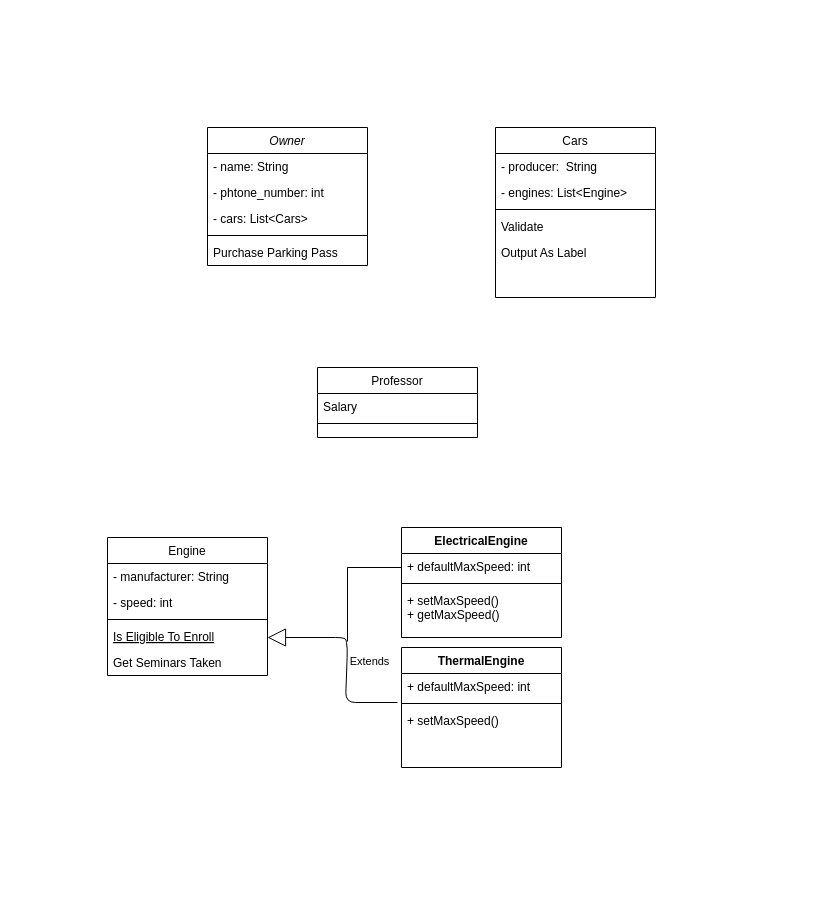
BegSimonIner/BegSimonIner keeps this draw.io diagram as Untitled Diagram.drawio. Above is the earlier version. Source tidied: cells renumbered, new cells numbered last; positions are measured from the earlier drawing's top-left corner, leaving out a move shared by most shapes. Both pictures are drawn from the tidied source at 100%, with x=0, y=0 at pixel (107, 127).
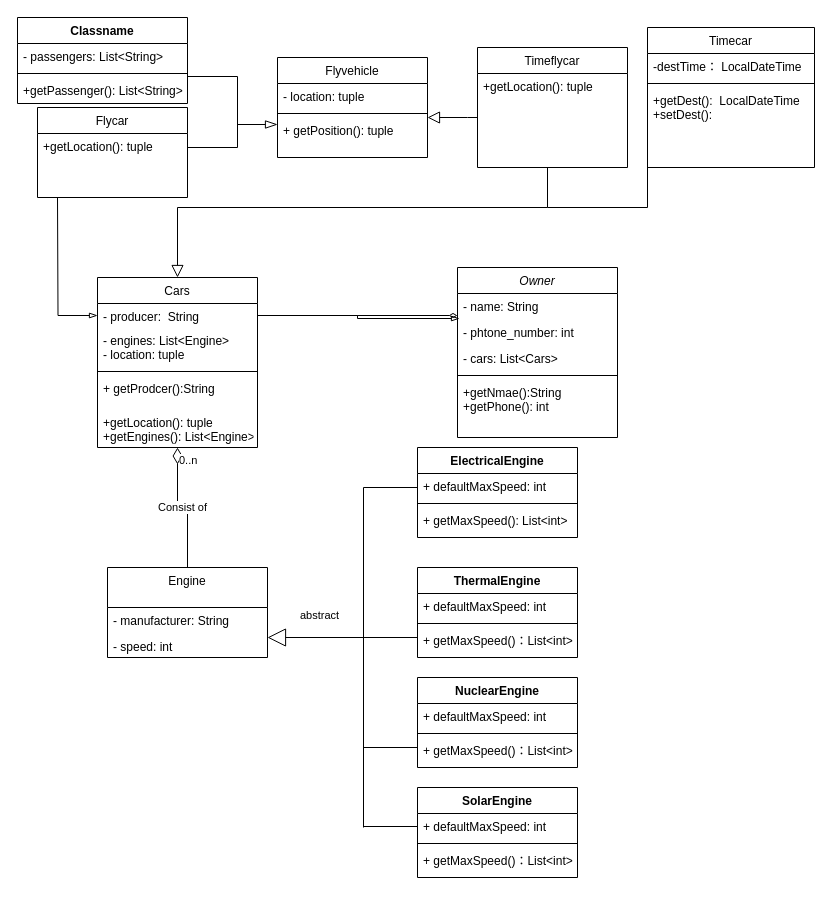
Above is the later version.

Change to the diagram source:
```diff
@@
     <mxCell id="2" value="Owner" style="swimlane;fontStyle=2;align=center;verticalAlign=top;horizontal=1;startSize=26;rounded=0;shadow=0;strokeWidth=1;" parent="1" vertex="1">
-      <mxGeometry x="100" width="160" height="138" as="geometry" />
+      <mxGeometry x="350" y="140" width="160" height="170" as="geometry" />
     </mxCell>
-    <mxCell id="3" value="- name: String" style="text;align=left;verticalAlign=top;spacingLeft=4;spacingRight=4;overflow=hidden;points=[[0,0.5],[1,0.5]];portConstraint=eastwest;" parent="2" vertex="1">
+    <mxCell id="3" value="- name: String" style="text;align=left;verticalAlign=top;spacingLeft=4;spacingRight=4;overflow=hidden;points=[[0,0.5],[1,0.5]];portConstraint=eastwest;perimeterSpacing=3;" parent="2" vertex="1">
       <mxGeometry y="26" width="160" height="26" as="geometry" />
     </mxCell>
@@
-    <mxCell id="7" value="Purchase Parking Pass" style="text;align=left;verticalAlign=top;spacingLeft=4;spacingRight=4;overflow=hidden;" parent="2" vertex="1">
-      <mxGeometry y="112" width="160" height="26" as="geometry" />
+    <mxCell id="7" value="+getNmae():String&#10;+getPhone(): int" style="text;align=left;verticalAlign=top;spacingLeft=4;spacingRight=4;overflow=hidden;" parent="2" vertex="1">
+      <mxGeometry y="112" width="160" height="38" as="geometry" />
     </mxCell>
-    <mxCell id="8" value="Engine" style="swimlane;fontStyle=0;align=center;verticalAlign=top;horizontal=1;startSize=26;rounded=0;shadow=0;strokeWidth=1;" parent="1" vertex="1">
-      <mxGeometry y="410" width="160" height="138" as="geometry" />
+    <mxCell id="8" value="Engine" style="swimlane;fontStyle=0;align=center;verticalAlign=top;horizontal=1;startSize=40;rounded=0;shadow=0;strokeWidth=1;" parent="1" vertex="1">
+      <mxGeometry y="440" width="160" height="90" as="geometry" />
     </mxCell>
     <mxCell id="9" value="- manufacturer: String" style="text;align=left;verticalAlign=top;spacingLeft=4;spacingRight=4;overflow=hidden;" parent="8" vertex="1">
-      <mxGeometry y="26" width="160" height="26" as="geometry" />
+      <mxGeometry y="40" width="160" height="26" as="geometry" />
     </mxCell>
     <mxCell id="10" value="- speed: int" style="text;align=left;verticalAlign=top;spacingLeft=4;spacingRight=4;overflow=hidden;rounded=0;shadow=0;html=0;" parent="8" vertex="1">
-      <mxGeometry y="52" width="160" height="26" as="geometry" />
+      <mxGeometry y="66" width="160" height="24" as="geometry" />
     </mxCell>
-    <mxCell id="11" style="line;html=1;strokeWidth=1;align=left;verticalAlign=middle;spacingTop=-1;spacingLeft=3;spacingRight=3;labelPosition=right;" parent="8" vertex="1">
-      <mxGeometry y="78" width="160" height="8" as="geometry" />
-    </mxCell>
-    <mxCell id="12" value="Is Eligible To Enroll" style="text;align=left;verticalAlign=top;spacingLeft=4;spacingRight=4;overflow=hidden;fontStyle=4;" parent="8" vertex="1">
-      <mxGeometry y="86" width="160" height="26" as="geometry" />
-    </mxCell>
-    <mxCell id="13" value="Get Seminars Taken" style="text;align=left;verticalAlign=top;spacingLeft=4;spacingRight=4;overflow=hidden;" parent="8" vertex="1">
-      <mxGeometry y="112" width="160" height="26" as="geometry" />
-    </mxCell>
-    <mxCell id="14" value="Professor" style="swimlane;fontStyle=0;align=center;verticalAlign=top;horizontal=1;startSize=26;rounded=0;shadow=0;strokeWidth=1;" parent="1" vertex="1">
-      <mxGeometry x="210" y="240" width="160" height="70" as="geometry" />
-    </mxCell>
-    <mxCell id="15" value="Salary" style="text;align=left;verticalAlign=top;spacingLeft=4;spacingRight=4;overflow=hidden;" parent="14" vertex="1">
-      <mxGeometry y="26" width="160" height="26" as="geometry" />
-    </mxCell>
-    <mxCell id="16" style="line;html=1;strokeWidth=1;align=left;verticalAlign=middle;spacingTop=-1;spacingLeft=3;spacingRight=3;labelPosition=right;" parent="14" vertex="1">
-      <mxGeometry y="52" width="160" height="8" as="geometry" />
-    </mxCell>
+    <mxCell id="34" style="edgeStyle=orthogonalEdgeStyle;rounded=0;jettySize=auto;html=1;exitX=0.5;exitY=1;exitDx=0;exitDy=0;entryX=0.5;entryY=0;entryDx=0;entryDy=0;endArrow=block;endFill=0;endSize=10;strokeWidth=1;" parent="1" edge="1" source="53" target="17">
+      <mxGeometry relative="1" as="geometry">
+        <Array as="points">
+          <mxPoint x="440" y="40" />
+          <mxPoint x="440" y="80" />
+          <mxPoint x="70" y="80" />
+        </Array>
+      </mxGeometry>
+    </mxCell>
     <mxCell id="17" value="Cars" style="swimlane;fontStyle=0;align=center;verticalAlign=top;horizontal=1;startSize=26;rounded=0;shadow=0;strokeWidth=1;" parent="1" vertex="1">
-      <mxGeometry x="388" width="160" height="170" as="geometry" />
+      <mxGeometry x="-10" y="150" width="160" height="170" as="geometry" />
     </mxCell>
     <mxCell id="18" value="- producer:  String" style="text;align=left;verticalAlign=top;spacingLeft=4;spacingRight=4;overflow=hidden;points=[[0,0.5],[1,0.5]];portConstraint=eastwest;" parent="17" vertex="1">
-      <mxGeometry y="26" width="160" height="26" as="geometry" />
+      <mxGeometry y="26" width="160" height="24" as="geometry" />
     </mxCell>
-    <mxCell id="19" value="- engines: List&lt;Engine&gt;" style="text;align=left;verticalAlign=top;spacingLeft=4;spacingRight=4;overflow=hidden;rounded=0;shadow=0;html=0;" parent="17" vertex="1">
-      <mxGeometry y="52" width="160" height="26" as="geometry" />
+    <mxCell id="19" value="- engines: List&lt;Engine&gt;&#10;- location: tuple" style="text;align=left;verticalAlign=top;spacingLeft=4;spacingRight=4;overflow=hidden;rounded=0;shadow=0;html=0;" parent="17" vertex="1">
+      <mxGeometry y="50" width="160" height="40" as="geometry" />
     </mxCell>
     <mxCell id="20" style="line;html=1;strokeWidth=1;align=left;verticalAlign=middle;spacingTop=-1;spacingLeft=3;spacingRight=3;labelPosition=right;" parent="17" vertex="1">
-      <mxGeometry y="78" width="160" height="8" as="geometry" />
+      <mxGeometry y="90" width="160" height="8" as="geometry" />
     </mxCell>
-    <mxCell id="21" value="Validate" style="text;align=left;verticalAlign=top;spacingLeft=4;spacingRight=4;overflow=hidden;" parent="17" vertex="1">
-      <mxGeometry y="86" width="160" height="26" as="geometry" />
+    <mxCell id="21" value="+ getProdcer():String" style="text;align=left;verticalAlign=top;spacingLeft=4;spacingRight=4;overflow=hidden;" parent="17" vertex="1">
+      <mxGeometry y="98" width="160" height="34" as="geometry" />
     </mxCell>
-    <mxCell id="22" value="Output As Label" style="text;align=left;verticalAlign=top;spacingLeft=4;spacingRight=4;overflow=hidden;" parent="17" vertex="1">
-      <mxGeometry y="112" width="160" height="26" as="geometry" />
+    <mxCell id="22" value="+getLocation(): tuple&#10;+getEngines(): List&lt;Engine&gt;" style="text;align=left;verticalAlign=top;spacingLeft=4;spacingRight=4;overflow=hidden;" parent="17" vertex="1">
+      <mxGeometry y="132" width="160" height="38" as="geometry" />
     </mxCell>
+    <mxCell id="35" style="edgeStyle=orthogonalEdgeStyle;rounded=0;jettySize=auto;html=1;exitX=1;exitY=0.5;exitDx=0;exitDy=0;endArrow=diamondThin;endFill=0;strokeColor=#000000;entryX=1;entryY=0.5;entryDx=0;entryDy=0;" parent="17" edge="1" source="18">
+      <mxGeometry relative="1" as="geometry">
+        <mxPoint x="360" y="38" as="targetPoint" />
+      </mxGeometry>
+    </mxCell>
     <mxCell id="23" value="ThermalEngine" style="swimlane;fontStyle=1;align=center;verticalAlign=top;horizontal=1;startSize=26;" parent="1" vertex="1">
-      <mxGeometry x="294" y="520" width="160" height="120" as="geometry" />
+      <mxGeometry x="310" y="440" width="160" height="90" as="geometry" />
     </mxCell>
@@
-    <mxCell id="26" value="+ setMaxSpeed()" style="text;strokeColor=none;fillColor=none;align=left;verticalAlign=top;spacingLeft=4;spacingRight=4;overflow=hidden;points=[[0,0.5],[1,0.5]];portConstraint=eastwest;" parent="23" vertex="1">
-      <mxGeometry y="60" width="160" height="60" as="geometry" />
+    <mxCell id="26" value="+ getMaxSpeed()：List&lt;int&gt;" style="text;strokeColor=none;fillColor=none;align=left;verticalAlign=top;spacingLeft=4;spacingRight=4;overflow=hidden;points=[[0,0.5],[1,0.5]];portConstraint=eastwest;" parent="23" vertex="1">
+      <mxGeometry y="60" width="160" height="30" as="geometry" />
     </mxCell>
     <mxCell id="27" value="ElectricalEngine" style="swimlane;fontStyle=1;align=center;verticalAlign=top;horizontal=1;startSize=26;" parent="1" vertex="1">
-      <mxGeometry x="294" y="400" width="160" height="110" as="geometry" />
+      <mxGeometry x="310" y="320" width="160" height="90" as="geometry" />
     </mxCell>
@@
-    <mxCell id="30" value="+ setMaxSpeed()&#10;+ getMaxSpeed()" style="text;strokeColor=none;fillColor=none;align=left;verticalAlign=top;spacingLeft=4;spacingRight=4;overflow=hidden;" parent="27" vertex="1">
-      <mxGeometry y="60" width="160" height="50" as="geometry" />
+    <mxCell id="30" value="+ getMaxSpeed(): List&lt;int&gt;" style="text;strokeColor=none;fillColor=none;align=left;verticalAlign=top;spacingLeft=4;spacingRight=4;overflow=hidden;" parent="27" vertex="1">
+      <mxGeometry y="60" width="160" height="30" as="geometry" />
     </mxCell>
-    <mxCell id="31" value="Extends" style="endArrow=block;endSize=16;endFill=0;html=1;" parent="1" edge="1">
+    <mxCell id="31" value="abstract" style="endArrow=block;endSize=16;endFill=0;html=1;" parent="1" edge="1">
       <mxGeometry x="-0.04" y="-22" relative="1" as="geometry">
-        <mxPoint x="290" y="575" as="sourcePoint" />
+        <mxPoint x="260" y="510" as="sourcePoint" />
         <mxPoint x="160" y="510" as="targetPoint" />
-        <Array as="points">
-          <mxPoint x="238" y="575" />
-          <mxPoint x="240" y="520" />
-          <mxPoint x="238" y="510" />
-        </Array>
       </mxGeometry>
     </mxCell>
     <mxCell id="32" style="endArrow=none;html=1;" parent="1" edge="1">
       <mxGeometry relative="1" as="geometry">
-        <mxPoint x="240" y="440" as="sourcePoint" />
-        <mxPoint x="294" y="440" as="targetPoint" />
+        <mxPoint x="256" y="360" as="sourcePoint" />
+        <mxPoint x="310" y="360" as="targetPoint" />
       </mxGeometry>
     </mxCell>
     <mxCell id="33" style="endArrow=none;html=1;" parent="1" edge="1">
       <mxGeometry relative="1" as="geometry">
-        <mxPoint x="240" y="514" as="sourcePoint" />
-        <mxPoint x="240" y="440" as="targetPoint" />
+        <mxPoint x="256" y="700" as="sourcePoint" />
+        <mxPoint x="256" y="360" as="targetPoint" />
       </mxGeometry>
     </mxCell>
+    <mxCell id="36" style="edgeStyle=orthogonalEdgeStyle;rounded=0;jettySize=auto;html=1;exitX=0;exitY=0.5;exitDx=0;exitDy=0;endArrow=none;endFill=0;" parent="1" edge="1" source="26">
+      <mxGeometry relative="1" as="geometry">
+        <mxPoint x="256" y="525" as="targetPoint" />
+        <Array as="points">
+          <mxPoint x="310" y="510" />
+          <mxPoint x="256" y="510" />
+        </Array>
+      </mxGeometry>
+    </mxCell>
+    <mxCell id="37" value="NuclearEngine" style="swimlane;fontStyle=1;align=center;verticalAlign=top;horizontal=1;startSize=26;" parent="1" vertex="1">
+      <mxGeometry x="310" y="550" width="160" height="90" as="geometry" />
+    </mxCell>
+    <mxCell id="38" value="+ defaultMaxSpeed: int" style="text;strokeColor=none;fillColor=none;align=left;verticalAlign=top;spacingLeft=4;spacingRight=4;overflow=hidden;" parent="37" vertex="1">
+      <mxGeometry y="26" width="160" height="26" as="geometry" />
+    </mxCell>
+    <mxCell id="39" style="line;strokeWidth=1;fillColor=none;align=left;verticalAlign=middle;spacingTop=-1;spacingLeft=3;spacingRight=3;labelPosition=right;" parent="37" vertex="1">
+      <mxGeometry y="52" width="160" height="8" as="geometry" />
+    </mxCell>
+    <mxCell id="40" value="+ getMaxSpeed()：List&lt;int&gt;" style="text;strokeColor=none;fillColor=none;align=left;verticalAlign=top;spacingLeft=4;spacingRight=4;overflow=hidden;points=[[0,0.5],[1,0.5]];portConstraint=eastwest;" parent="37" vertex="1">
+      <mxGeometry y="60" width="160" height="30" as="geometry" />
+    </mxCell>
+    <mxCell id="41" style="edgeStyle=orthogonalEdgeStyle;rounded=0;jettySize=auto;html=1;exitX=0;exitY=0.5;exitDx=0;exitDy=0;endArrow=none;endFill=0;" parent="1" edge="1" source="40">
+      <mxGeometry relative="1" as="geometry">
+        <mxPoint x="256" y="675" as="targetPoint" />
+        <Array as="points">
+          <mxPoint x="310" y="620" />
+          <mxPoint x="256" y="620" />
+        </Array>
+      </mxGeometry>
+    </mxCell>
+    <mxCell id="42" value="SolarEngine" style="swimlane;fontStyle=1;align=center;verticalAlign=top;horizontal=1;startSize=26;" parent="1" vertex="1">
+      <mxGeometry x="310" y="660" width="160" height="90" as="geometry" />
+    </mxCell>
+    <mxCell id="43" value="+ defaultMaxSpeed: int" style="text;strokeColor=none;fillColor=none;align=left;verticalAlign=top;spacingLeft=4;spacingRight=4;overflow=hidden;points=[[0,0.5],[1,0.5]];portConstraint=eastwest;" parent="42" vertex="1">
+      <mxGeometry y="26" width="160" height="26" as="geometry" />
+    </mxCell>
+    <mxCell id="44" style="line;strokeWidth=1;fillColor=none;align=left;verticalAlign=middle;spacingTop=-1;spacingLeft=3;spacingRight=3;labelPosition=right;" parent="42" vertex="1">
+      <mxGeometry y="52" width="160" height="8" as="geometry" />
+    </mxCell>
+    <mxCell id="45" value="+ getMaxSpeed()：List&lt;int&gt;" style="text;strokeColor=none;fillColor=none;align=left;verticalAlign=top;spacingLeft=4;spacingRight=4;overflow=hidden;" parent="42" vertex="1">
+      <mxGeometry y="60" width="160" height="30" as="geometry" />
+    </mxCell>
+    <mxCell id="46" style="edgeStyle=orthogonalEdgeStyle;rounded=0;jettySize=auto;html=1;exitX=0;exitY=0.5;exitDx=0;exitDy=0;endArrow=none;endFill=0;" parent="1" edge="1" source="43">
+      <mxGeometry relative="1" as="geometry">
+        <mxPoint x="256" y="699" as="targetPoint" />
+      </mxGeometry>
+    </mxCell>
+    <mxCell id="47" value="Consist of" style="endArrow=none;html=1;endSize=12;startArrow=diamondThin;startSize=14;startFill=0;edgeStyle=orthogonalEdgeStyle;rounded=0;endFill=0;exitX=0.5;exitY=1;exitDx=0;exitDy=0;entryX=0.5;entryY=0;entryDx=0;entryDy=0;" parent="1" edge="1" source="17" target="8">
+      <mxGeometry relative="1" as="geometry" />
+    </mxCell>
+    <mxCell id="48" value="0..n" style="edgeLabel;html=1;align=left;verticalAlign=top;" parent="47" vertex="1">
+      <mxGeometry x="-1" relative="1" as="geometry" />
+    </mxCell>
+    <mxCell id="49" value="Flyvehicle" style="swimlane;fontStyle=0;align=center;verticalAlign=top;horizontal=1;startSize=26;rounded=0;shadow=0;strokeWidth=1;" parent="1" vertex="1">
+      <mxGeometry x="170" y="-70" width="150" height="100" as="geometry" />
+    </mxCell>
+    <mxCell id="50" value="- location: tuple" style="text;align=left;verticalAlign=top;spacingLeft=4;spacingRight=4;overflow=hidden;" parent="49" vertex="1">
+      <mxGeometry y="26" width="150" height="26" as="geometry" />
+    </mxCell>
+    <mxCell id="51" style="line;html=1;strokeWidth=1;align=left;verticalAlign=middle;spacingTop=-1;spacingLeft=3;spacingRight=3;labelPosition=right;" parent="49" vertex="1">
+      <mxGeometry y="52" width="150" height="8" as="geometry" />
+    </mxCell>
+    <mxCell id="52" value="+ getPosition(): tuple" style="text;align=left;verticalAlign=top;spacingLeft=4;spacingRight=4;overflow=hidden;points=[[0,0.5],[1,0.5]];portConstraint=eastwest;" parent="49" vertex="1">
+      <mxGeometry y="60" width="150" height="26" as="geometry" />
+    </mxCell>
+    <mxCell id="53" value="Timeflycar" style="swimlane;fontStyle=0;align=center;verticalAlign=top;horizontal=1;startSize=26;rounded=0;shadow=0;strokeWidth=1;" parent="1" vertex="1">
+      <mxGeometry x="370" y="-80" width="150" height="120" as="geometry" />
+    </mxCell>
+    <mxCell id="54" value="+getLocation(): tuple" style="text;align=left;verticalAlign=top;spacingLeft=4;spacingRight=4;overflow=hidden;" parent="53" vertex="1">
+      <mxGeometry y="26" width="150" height="26" as="geometry" />
+    </mxCell>
+    <mxCell id="55" style="edgeStyle=orthogonalEdgeStyle;rounded=0;jettySize=auto;html=1;endArrow=block;endFill=0;endSize=10;strokeWidth=1;" parent="1" edge="1" target="52">
+      <mxGeometry relative="1" as="geometry">
+        <mxPoint x="370" y="-10" as="sourcePoint" />
+        <Array as="points">
+          <mxPoint x="360" y="-10" />
+          <mxPoint x="360" y="-10" />
+        </Array>
+      </mxGeometry>
+    </mxCell>
+    <mxCell id="56" value="Flycar" style="swimlane;fontStyle=0;align=center;verticalAlign=top;horizontal=1;startSize=26;rounded=0;shadow=0;strokeWidth=1;" parent="1" vertex="1">
+      <mxGeometry x="-70" y="-20" width="150" height="90" as="geometry" />
+    </mxCell>
+    <mxCell id="57" value="+getLocation(): tuple" style="text;align=left;verticalAlign=top;spacingLeft=4;spacingRight=4;overflow=hidden;points=[[0,0.5],[1,0.5]];portConstraint=eastwest;" parent="56" vertex="1">
+      <mxGeometry y="26" width="150" height="26" as="geometry" />
+    </mxCell>
+    <mxCell id="58" style="edgeStyle=orthogonalEdgeStyle;rounded=0;jettySize=auto;html=1;exitX=1;exitY=0.5;exitDx=0;exitDy=0;entryX=0;entryY=0.269;entryDx=0;entryDy=0;entryPerimeter=0;endArrow=blockThin;endFill=0;endSize=10;strokeWidth=1;" parent="1" edge="1" target="52">
+      <mxGeometry relative="1" as="geometry">
+        <mxPoint x="80" y="-71" as="sourcePoint" />
+        <Array as="points">
+          <mxPoint x="130" y="-51" />
+          <mxPoint x="130" y="-3" />
+        </Array>
+      </mxGeometry>
+    </mxCell>
+    <mxCell id="59" style="edgeStyle=orthogonalEdgeStyle;rounded=0;jettySize=auto;html=1;exitX=1;exitY=0.5;exitDx=0;exitDy=0;endArrow=none;endFill=0;endSize=10;strokeWidth=1;" parent="1" edge="1" source="57">
+      <mxGeometry relative="1" as="geometry">
+        <mxPoint x="130" y="-10" as="targetPoint" />
+        <Array as="points">
+          <mxPoint x="80" y="20" />
+          <mxPoint x="130" y="20" />
+        </Array>
+      </mxGeometry>
+    </mxCell>
+    <mxCell id="60" value="Timecar" style="swimlane;fontStyle=0;align=center;verticalAlign=top;horizontal=1;startSize=26;rounded=0;shadow=0;strokeWidth=1;" parent="1" vertex="1">
+      <mxGeometry x="540" y="-100" width="167" height="140" as="geometry" />
+    </mxCell>
+    <mxCell id="61" value="-destTime： LocalDateTime" style="text;align=left;verticalAlign=top;spacingLeft=4;spacingRight=4;overflow=hidden;" parent="60" vertex="1">
+      <mxGeometry y="26" width="167" height="26" as="geometry" />
+    </mxCell>
+    <mxCell id="62" style="line;html=1;strokeWidth=1;align=left;verticalAlign=middle;spacingTop=-1;spacingLeft=3;spacingRight=3;labelPosition=right;" parent="60" vertex="1">
+      <mxGeometry y="52" width="167" height="8" as="geometry" />
+    </mxCell>
+    <mxCell id="63" value="+getDest():  LocalDateTime&#10;+setDest():&#10;" style="text;align=left;verticalAlign=top;spacingLeft=4;spacingRight=4;overflow=hidden;points=[[0,0.5],[1,0.5]];portConstraint=eastwest;" parent="60" vertex="1">
+      <mxGeometry y="60" width="167" height="50" as="geometry" />
+    </mxCell>
+    <mxCell id="64" style="edgeStyle=orthogonalEdgeStyle;rounded=0;jettySize=auto;html=1;exitX=0;exitY=0.5;exitDx=0;exitDy=0;endArrow=none;endFill=0;endSize=10;strokeWidth=1;" parent="1" edge="1" source="63">
+      <mxGeometry relative="1" as="geometry">
+        <mxPoint x="440" y="80" as="targetPoint" />
+        <Array as="points">
+          <mxPoint x="540" y="80" />
+        </Array>
+      </mxGeometry>
+    </mxCell>
+    <mxCell id="65" style="edgeStyle=orthogonalEdgeStyle;rounded=0;jettySize=auto;html=1;exitX=0;exitY=0.5;exitDx=0;exitDy=0;endArrow=blockThin;endFill=0;entryX=0;entryY=0.5;entryDx=0;entryDy=0;" parent="1" edge="1" target="18">
+      <mxGeometry relative="1" as="geometry">
+        <mxPoint x="-50" y="70" as="sourcePoint" />
+      </mxGeometry>
+    </mxCell>
+    <mxCell id="66" value="Classname" style="swimlane;fontStyle=1;align=center;verticalAlign=top;horizontal=1;startSize=26;" parent="1" vertex="1">
+      <mxGeometry x="-90" y="-110" width="170" height="86" as="geometry" />
+    </mxCell>
+    <mxCell id="67" value="- passengers: List&lt;String&gt;" style="text;strokeColor=none;fillColor=none;align=left;verticalAlign=top;spacingLeft=4;spacingRight=4;overflow=hidden;" parent="66" vertex="1">
+      <mxGeometry y="26" width="170" height="26" as="geometry" />
+    </mxCell>
+    <mxCell id="68" style="line;strokeWidth=1;fillColor=none;align=left;verticalAlign=middle;spacingTop=-1;spacingLeft=3;spacingRight=3;labelPosition=right;" parent="66" vertex="1">
+      <mxGeometry y="52" width="170" height="8" as="geometry" />
+    </mxCell>
+    <mxCell id="69" value="+getPassenger(): List&lt;String&gt;" style="text;strokeColor=none;fillColor=none;align=left;verticalAlign=top;spacingLeft=4;spacingRight=4;overflow=hidden;" parent="66" vertex="1">
+      <mxGeometry y="60" width="170" height="26" as="geometry" />
+    </mxCell>
+    <mxCell id="70" style="edgeStyle=orthogonalEdgeStyle;rounded=0;jettySize=auto;html=1;exitX=1;exitY=0.5;exitDx=0;exitDy=0;entryX=0.03;entryY=0.875;entryDx=0;entryDy=0;entryPerimeter=0;endArrow=blockThin;endFill=0;strokeColor=#000000;" parent="1" edge="1" source="18" target="3">
+      <mxGeometry relative="1" as="geometry">
+        <Array as="points">
+          <mxPoint x="250" y="188" />
+          <mxPoint x="250" y="191" />
+        </Array>
+      </mxGeometry>
+    </mxCell>
```
